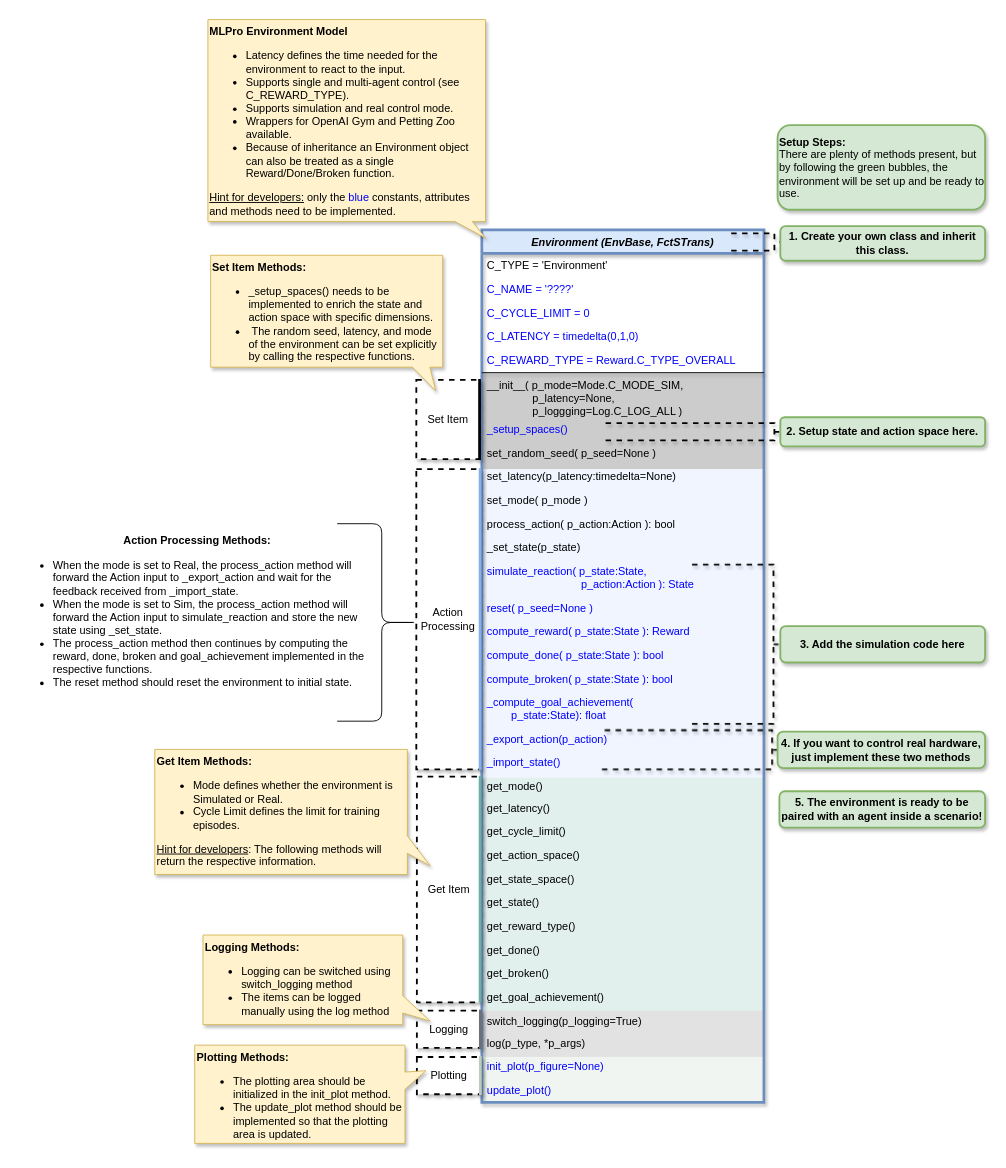
Before: doc/rtd/content/rl/env/images/MLPro-RL-Env_class_Environment_commented.drawio in fhswf/MLPro, a draw.io diagram. Source tidied: cells renumbered, new cells numbered last; positions are measured from the earlier drawing's top-left corner, leaving out a move shared by most shapes. Both pictures are drawn from the tidied source at 91%, with x=0, y=0 at pixel (15, 19).
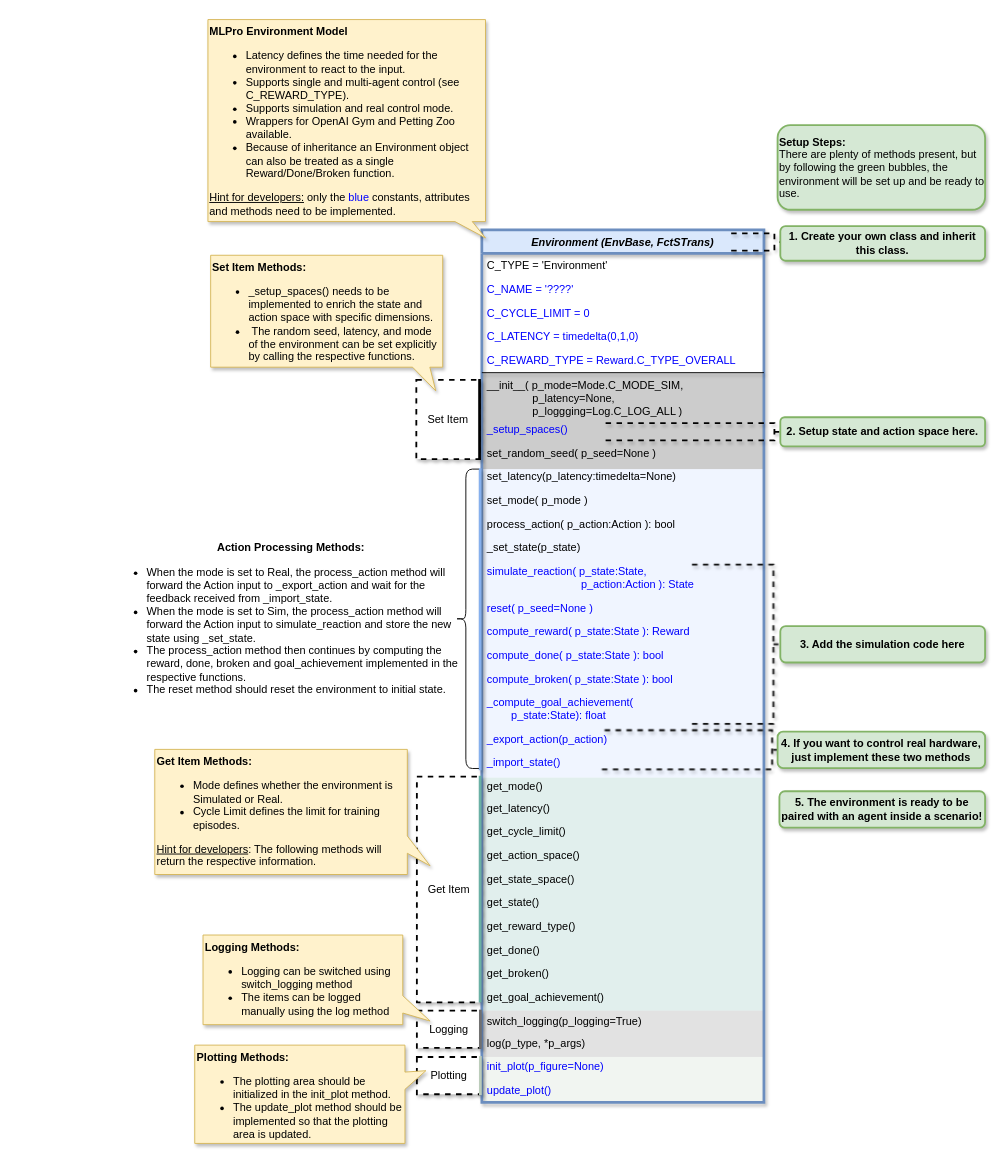
The same diagram, later.

Commit message (it also covers changes not shown here):
Edit New Design for commented diagram #170

Diff of the diagram source:
```diff
@@
-    <mxCell id="11" value="&lt;font color=&quot;#000000&quot;&gt;Action Processing&lt;/font&gt;" style="rounded=0;whiteSpace=wrap;html=1;fontColor=#878787;strokeColor=default;strokeWidth=2;dashed=1;shadow=1;" parent="1" vertex="1">
-      <mxGeometry x="440" y="494" width="70" height="330" as="geometry" />
-    </mxCell>
@@
-    <mxCell id="68" style="shape=curlyBracket;whiteSpace=wrap;html=1;rounded=1;flipH=1;size=0.44943820224719094;" parent="1" vertex="1">
-      <mxGeometry x="353" y="554" width="89" height="217" as="geometry" />
+    <mxCell id="68" style="shape=curlyBracket;whiteSpace=wrap;html=1;rounded=1;flipH=1;size=0.44943820224719094;rotation=-180;" parent="1" vertex="1">
+      <mxGeometry x="482.7" y="494" width="26.1" height="329" as="geometry" />
     </mxCell>
     <mxCell id="69" value="&lt;b style=&quot;text-align: left&quot;&gt;Action Processing Methods:&lt;/b&gt;&lt;br style=&quot;text-align: left&quot;&gt;&lt;ul style=&quot;text-align: left&quot;&gt;&lt;li&gt;When the mode is set to Real, the process_action method will forward the Action input to _export_action and wait for the feedback received from _import_state.&lt;/li&gt;&lt;li&gt;When the mode is set to Sim, the process_action method will forward the Action input to simulate_reaction and store the new state using _set_state.&lt;/li&gt;&lt;li&gt;The process_action method then continues by computing the reward, done, broken and goal_achievement implemented in the respective functions.&lt;/li&gt;&lt;li&gt;The reset method should reset the environment to initial state.&lt;/li&gt;&lt;/ul&gt;" style="text;html=1;strokeColor=none;fillColor=none;align=center;verticalAlign=middle;whiteSpace=wrap;rounded=0;" parent="1" vertex="1">
-      <mxGeometry y="642" width="399" height="30" as="geometry" />
+      <mxGeometry x="103" y="650" width="399" height="30" as="geometry" />
     </mxCell>
```
